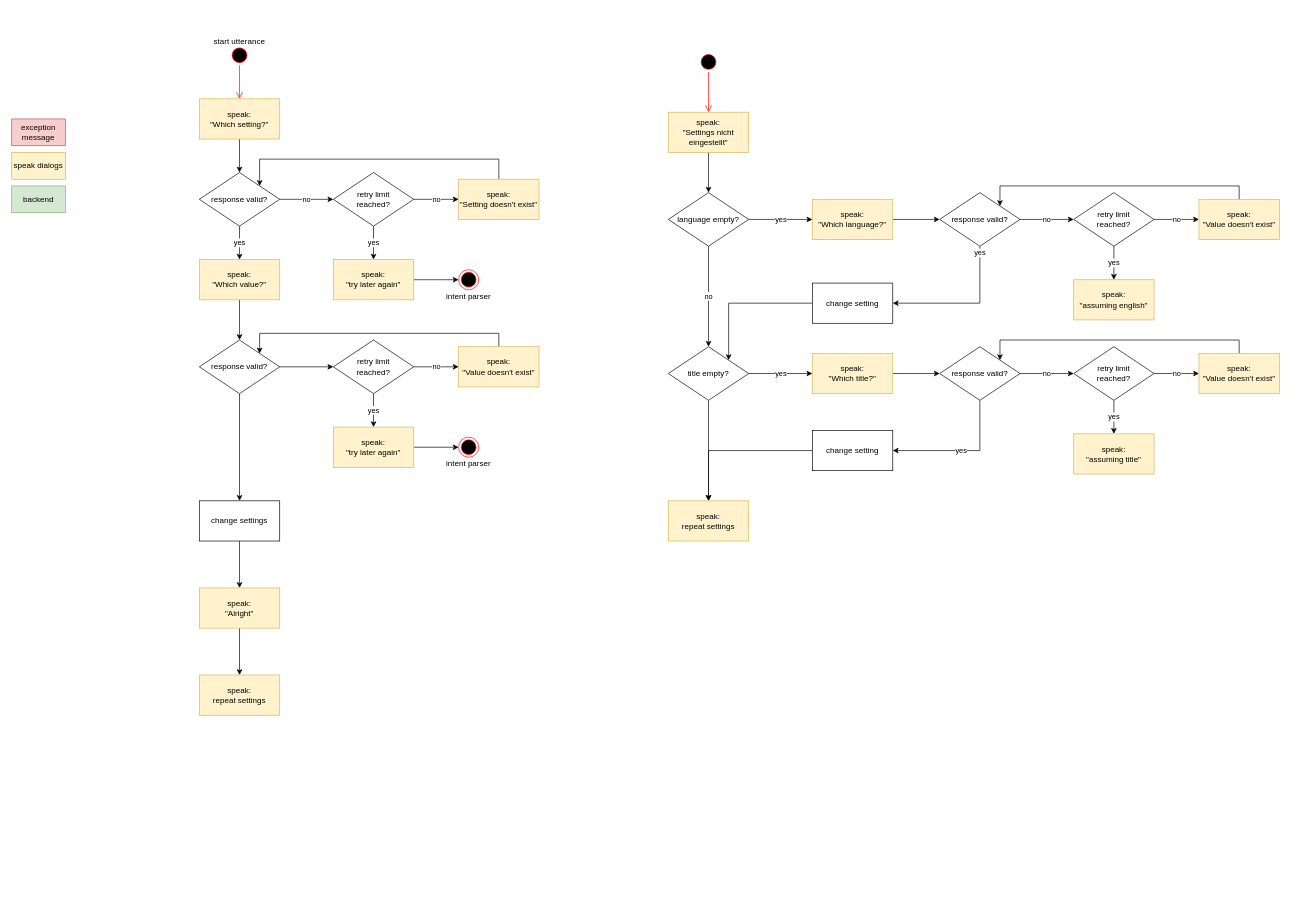
Above: doc/activityDiagram/changeSettings.drawio in Linyeir/spellcastmanager-skill (draw.io), before the change. Source tidied: cells renumbered, new cells numbered last; positions are measured from the earlier drawing's top-left corner, leaving out a move shared by most shapes. Both pictures are drawn from the tidied source at 67%, with x=0, y=0 at pixel (11, 31).
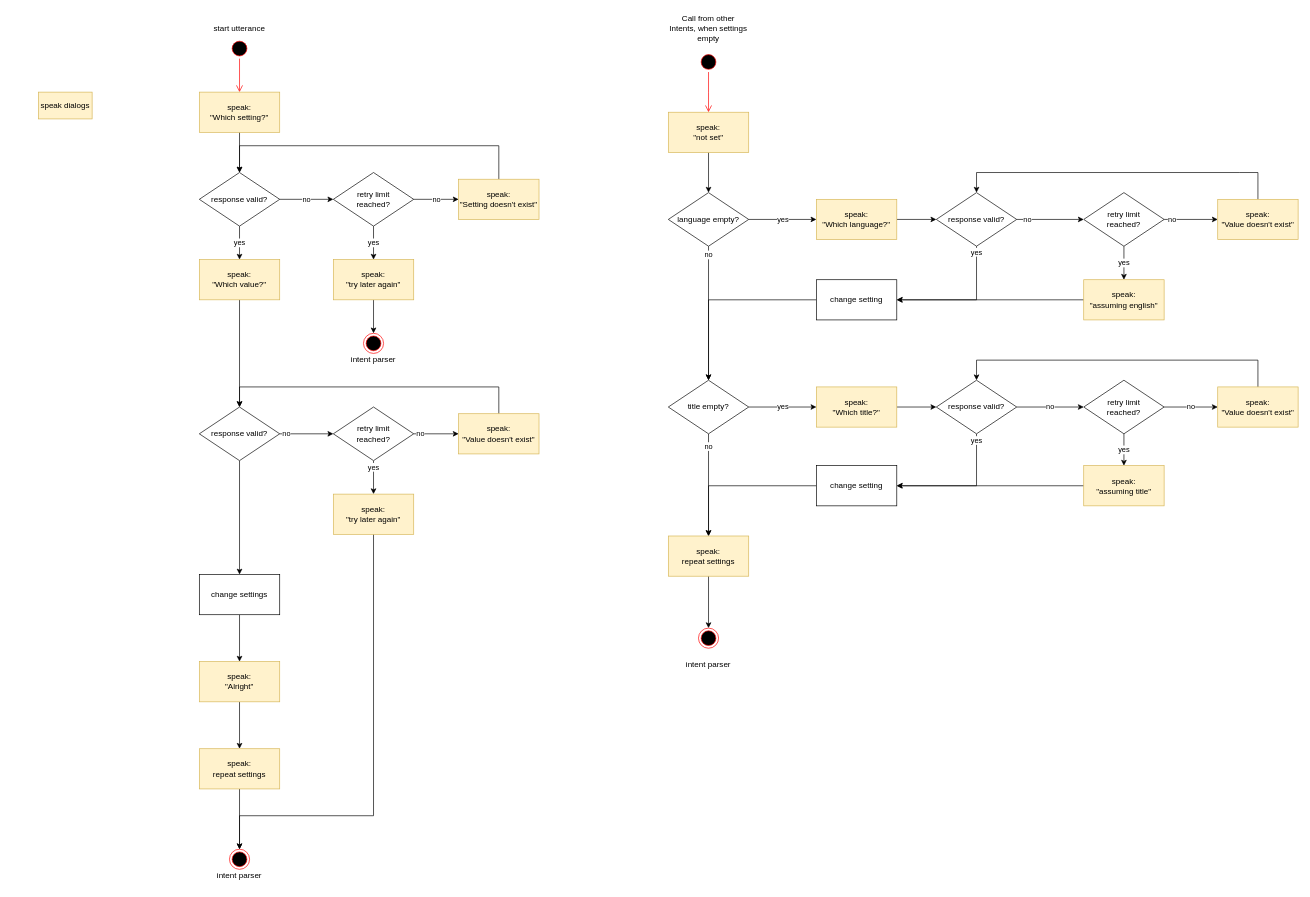
Above is the later version.

The change refers to these unchanged cells:
```xml
<mxCell id="14" value="response valid?" style="rhombus;whiteSpace=wrap;html=1;" parent="1" vertex="1">
  <mxGeometry x="280" y="210" width="120" height="80" as="geometry" />
</mxCell>
<mxCell id="19" value="speak:&lt;br&gt;&quot;Setting doesn't exist&quot;" style="rounded=0;whiteSpace=wrap;html=1;fillColor=#fff2cc;strokeColor=#d6b656;" parent="1" vertex="1">
  <mxGeometry x="667" y="220" width="120" height="60" as="geometry" />
</mxCell>
<mxCell id="21" value="speak:&lt;br&gt;&quot;try later again&quot;" style="rounded=0;whiteSpace=wrap;html=1;fillColor=#fff2cc;strokeColor=#d6b656;" parent="1" vertex="1">
  <mxGeometry x="480" y="340" width="120" height="60" as="geometry" />
</mxCell>
<mxCell id="47" value="language empty?" style="rhombus;whiteSpace=wrap;html=1;" parent="1" vertex="1">
  <mxGeometry x="980" y="240" width="120" height="80" as="geometry" />
</mxCell>
```

The edit, as a diff of the source:
```diff
@@
-    <mxCell id="2" value="exception message" style="rounded=0;whiteSpace=wrap;html=1;fillColor=#f8cecc;strokeColor=#b85450;" parent="1" vertex="1">
-      <mxGeometry y="130" width="80" height="40" as="geometry" />
-    </mxCell>
-    <mxCell id="3" value="backend" style="rounded=0;whiteSpace=wrap;html=1;fillColor=#d5e8d4;strokeColor=#82b366;" parent="1" vertex="1">
-      <mxGeometry y="230" width="80" height="40" as="geometry" />
-    </mxCell>
     <mxCell id="4" value="speak dialogs" style="rounded=0;whiteSpace=wrap;html=1;fillColor=#fff2cc;strokeColor=#d6b656;" parent="1" vertex="1">
-      <mxGeometry y="180" width="80" height="40" as="geometry" />
+      <mxGeometry x="40" y="90" width="80" height="40" as="geometry" />
     </mxCell>
     <mxCell id="5" style="ellipse;html=1;shape=startState;fillColor=#000000;strokeColor=#ff0000;" parent="1" vertex="1">
-      <mxGeometry x="325" y="20" width="30" height="30" as="geometry" />
+      <mxGeometry x="325" y="10" width="30" height="30" as="geometry" />
     </mxCell>
@@
     <mxCell id="7" value="start utterance" style="text;html=1;strokeColor=none;fillColor=none;align=center;verticalAlign=middle;whiteSpace=wrap;rounded=0;" parent="1" vertex="1">
-      <mxGeometry x="280" width="120" height="30" as="geometry" />
+      <mxGeometry x="280" y="-20" width="120" height="30" as="geometry" />
     </mxCell>
     <mxCell id="8" style="ellipse;html=1;shape=endState;fillColor=#000000;strokeColor=#ff0000;" parent="1" vertex="1">
-      <mxGeometry x="667" y="355" width="30" height="30" as="geometry" />
+      <mxGeometry x="525" y="450" width="30" height="30" as="geometry" />
     </mxCell>
     <mxCell id="9" value="intent parser" style="text;html=1;strokeColor=none;fillColor=none;align=center;verticalAlign=middle;whiteSpace=wrap;rounded=0;" parent="1" vertex="1">
-      <mxGeometry x="622" y="380" width="120" height="30" as="geometry" />
+      <mxGeometry x="480" y="475" width="120" height="30" as="geometry" />
     </mxCell>
@@
     <mxCell id="11" value="speak:&lt;br&gt;&quot;Which setting?&quot;" style="rounded=0;whiteSpace=wrap;html=1;fillColor=#fff2cc;strokeColor=#d6b656;" parent="1" vertex="1">
-      <mxGeometry x="280" y="100" width="120" height="60" as="geometry" />
+      <mxGeometry x="280" y="90" width="120" height="60" as="geometry" />
     </mxCell>
@@
-    <mxCell id="18" style="edgeStyle=orthogonalEdgeStyle;rounded=0;jettySize=auto;html=1;exitX=0.5;exitY=0;exitDx=0;exitDy=0;entryX=1;entryY=0;entryDx=0;entryDy=0;" parent="1" edge="1" source="19" target="14">
+    <mxCell id="18" style="edgeStyle=orthogonalEdgeStyle;rounded=0;jettySize=auto;html=1;exitX=0.5;exitY=0;exitDx=0;exitDy=0;entryX=0.5;entryY=0;entryDx=0;entryDy=0;" parent="1" edge="1" source="19" target="14">
       <mxGeometry relative="1" as="geometry">
         <Array as="points">
-          <mxPoint x="727" y="190" />
-          <mxPoint x="370" y="190" />
+          <mxPoint x="727" y="170" />
+          <mxPoint x="340" y="170" />
         </Array>
       </mxGeometry>
     </mxCell>
@@
-    <mxCell id="20" style="edgeStyle=orthogonalEdgeStyle;rounded=0;jettySize=auto;html=1;exitX=1;exitY=0.5;exitDx=0;exitDy=0;entryX=0;entryY=0.5;entryDx=0;entryDy=0;" parent="1" edge="1" source="21" target="8">
+    <mxCell id="20" style="edgeStyle=orthogonalEdgeStyle;rounded=0;jettySize=auto;html=1;exitX=0.5;exitY=1;exitDx=0;exitDy=0;entryX=0.5;entryY=0;entryDx=0;entryDy=0;" parent="1" edge="1" source="21" target="8">
       <mxGeometry relative="1" as="geometry" />
     </mxCell>
@@
-    <mxCell id="24" style="edgeStyle=orthogonalEdgeStyle;rounded=0;jettySize=auto;html=1;" parent="1" edge="1" source="26" target="31">
-      <mxGeometry relative="1" as="geometry" />
+    <mxCell id="24" value="no" style="edgeStyle=orthogonalEdgeStyle;rounded=0;jettySize=auto;html=1;" parent="1" edge="1" source="26" target="31">
+      <mxGeometry x="-0.75" relative="1" as="geometry" />
     </mxCell>
@@
     <mxCell id="26" value="response valid?" style="rhombus;whiteSpace=wrap;html=1;" parent="1" vertex="1">
-      <mxGeometry x="280" y="460" width="120" height="80" as="geometry" />
+      <mxGeometry x="280" y="560" width="120" height="80" as="geometry" />
     </mxCell>
     <mxCell id="27" style="ellipse;html=1;shape=endState;fillColor=#000000;strokeColor=#ff0000;" parent="1" vertex="1">
-      <mxGeometry x="667" y="605" width="30" height="30" as="geometry" />
+      <mxGeometry x="325" y="1220" width="30" height="30" as="geometry" />
     </mxCell>
     <mxCell id="28" value="intent parser" style="text;html=1;strokeColor=none;fillColor=none;align=center;verticalAlign=middle;whiteSpace=wrap;rounded=0;" parent="1" vertex="1">
-      <mxGeometry x="622" y="630" width="120" height="30" as="geometry" />
+      <mxGeometry x="280" y="1245" width="120" height="30" as="geometry" />
     </mxCell>
     <mxCell id="29" value="no" style="edgeStyle=orthogonalEdgeStyle;rounded=0;jettySize=auto;html=1;" parent="1" edge="1" source="31" target="33">
-      <mxGeometry relative="1" as="geometry" />
+      <mxGeometry x="-0.7" relative="1" as="geometry" />
     </mxCell>
     <mxCell id="30" value="yes" style="edgeStyle=orthogonalEdgeStyle;rounded=0;jettySize=auto;html=1;" parent="1" edge="1" source="31" target="35">
-      <mxGeometry relative="1" as="geometry" />
+      <mxGeometry x="-0.6" relative="1" as="geometry" />
     </mxCell>
     <mxCell id="31" value="retry limit &lt;br&gt;reached?" style="rhombus;whiteSpace=wrap;html=1;" parent="1" vertex="1">
-      <mxGeometry x="480" y="460" width="120" height="80" as="geometry" />
+      <mxGeometry x="480" y="560" width="120" height="80" as="geometry" />
     </mxCell>
-    <mxCell id="32" style="edgeStyle=orthogonalEdgeStyle;rounded=0;jettySize=auto;html=1;exitX=0.5;exitY=0;exitDx=0;exitDy=0;entryX=1;entryY=0;entryDx=0;entryDy=0;" parent="1" edge="1" source="33" target="26">
+    <mxCell id="32" style="edgeStyle=orthogonalEdgeStyle;rounded=0;jettySize=auto;html=1;exitX=0.5;exitY=0;exitDx=0;exitDy=0;entryX=0.5;entryY=0;entryDx=0;entryDy=0;" parent="1" edge="1" source="33" target="26">
       <mxGeometry relative="1" as="geometry">
         <Array as="points">
-          <mxPoint x="727" y="450" />
-          <mxPoint x="370" y="450" />
+          <mxPoint x="727" y="530" />
+          <mxPoint x="340" y="530" />
         </Array>
       </mxGeometry>
     </mxCell>
     <mxCell id="33" value="speak:&lt;br&gt;&quot;Value doesn't exist&quot;" style="rounded=0;whiteSpace=wrap;html=1;fillColor=#fff2cc;strokeColor=#d6b656;" parent="1" vertex="1">
-      <mxGeometry x="667" y="470" width="120" height="60" as="geometry" />
+      <mxGeometry x="667" y="570" width="120" height="60" as="geometry" />
     </mxCell>
-    <mxCell id="34" style="edgeStyle=orthogonalEdgeStyle;rounded=0;jettySize=auto;html=1;exitX=1;exitY=0.5;exitDx=0;exitDy=0;entryX=0;entryY=0.5;entryDx=0;entryDy=0;" parent="1" edge="1" source="35" target="27">
-      <mxGeometry relative="1" as="geometry" />
+    <mxCell id="34" style="edgeStyle=orthogonalEdgeStyle;rounded=0;jettySize=auto;html=1;exitX=0.5;exitY=1;exitDx=0;exitDy=0;entryX=0.5;entryY=0;entryDx=0;entryDy=0;" parent="1" edge="1" source="35" target="27">
+      <mxGeometry relative="1" as="geometry">
+        <Array as="points">
+          <mxPoint x="540" y="1170" />
+          <mxPoint x="340" y="1170" />
+        </Array>
+      </mxGeometry>
     </mxCell>
     <mxCell id="35" value="speak:&lt;br&gt;&quot;try later again&quot;" style="rounded=0;whiteSpace=wrap;html=1;fillColor=#fff2cc;strokeColor=#d6b656;" parent="1" vertex="1">
-      <mxGeometry x="480" y="590" width="120" height="60" as="geometry" />
+      <mxGeometry x="480" y="690" width="120" height="60" as="geometry" />
     </mxCell>
@@
     <mxCell id="37" value="change settings" style="rounded=0;whiteSpace=wrap;html=1;" parent="1" vertex="1">
-      <mxGeometry x="280" y="700" width="120" height="60" as="geometry" />
+      <mxGeometry x="280" y="810" width="120" height="60" as="geometry" />
     </mxCell>
@@
     <mxCell id="39" value="speak:&lt;br&gt;&quot;Alright&quot;" style="rounded=0;whiteSpace=wrap;html=1;fillColor=#fff2cc;strokeColor=#d6b656;" parent="1" vertex="1">
-      <mxGeometry x="280" y="830" width="120" height="60" as="geometry" />
+      <mxGeometry x="280" y="940" width="120" height="60" as="geometry" />
     </mxCell>
+    <mxCell id="78" style="edgeStyle=orthogonalEdgeStyle;rounded=0;jettySize=auto;html=1;exitX=0.5;exitY=1;exitDx=0;exitDy=0;" parent="1" edge="1" source="40">
+      <mxGeometry relative="1" as="geometry">
+        <mxPoint x="340" y="1220" as="targetPoint" />
+      </mxGeometry>
+    </mxCell>
     <mxCell id="40" value="speak:&lt;br&gt;repeat settings" style="rounded=0;whiteSpace=wrap;html=1;fillColor=#fff2cc;strokeColor=#d6b656;" parent="1" vertex="1">
-      <mxGeometry x="280" y="960" width="120" height="60" as="geometry" />
+      <mxGeometry x="280" y="1070" width="120" height="60" as="geometry" />
     </mxCell>
@@
-    <mxCell id="44" value="speak:&lt;br&gt;&quot;Settings nicht eingestellt&quot;" style="rounded=0;whiteSpace=wrap;html=1;fillColor=#fff2cc;strokeColor=#d6b656;" parent="1" vertex="1">
+    <mxCell id="44" value="speak:&lt;br&gt;&quot;not set&quot;" style="rounded=0;whiteSpace=wrap;html=1;fillColor=#fff2cc;strokeColor=#d6b656;" parent="1" vertex="1">
       <mxGeometry x="980" y="120" width="120" height="60" as="geometry" />
     </mxCell>
     <mxCell id="45" value="no" style="edgeStyle=orthogonalEdgeStyle;rounded=0;jettySize=auto;html=1;" parent="1" edge="1" source="47" target="50">
-      <mxGeometry relative="1" as="geometry" />
+      <mxGeometry x="-0.87" relative="1" as="geometry" />
     </mxCell>
@@
-    <mxCell id="49" style="edgeStyle=orthogonalEdgeStyle;rounded=0;jettySize=auto;html=1;exitX=0.5;exitY=1;exitDx=0;exitDy=0;entryX=0.5;entryY=0;entryDx=0;entryDy=0;" parent="1" edge="1" source="50" target="73">
-      <mxGeometry relative="1" as="geometry" />
+    <mxCell id="49" value="no" style="edgeStyle=orthogonalEdgeStyle;rounded=0;jettySize=auto;html=1;exitX=0.5;exitY=1;exitDx=0;exitDy=0;entryX=0.5;entryY=0;entryDx=0;entryDy=0;" parent="1" edge="1" source="50" target="73">
+      <mxGeometry x="-0.77" relative="1" as="geometry">
+        <mxPoint y="1" as="offset" />
+      </mxGeometry>
     </mxCell>
     <mxCell id="50" value="title empty?" style="rhombus;whiteSpace=wrap;html=1;" parent="1" vertex="1">
-      <mxGeometry x="980" y="470" width="120" height="80" as="geometry" />
+      <mxGeometry x="980" y="520" width="120" height="80" as="geometry" />
     </mxCell>
@@
     <mxCell id="52" value="speak:&lt;br&gt;&quot;Which language?&quot;" style="rounded=0;whiteSpace=wrap;html=1;fillColor=#fff2cc;strokeColor=#d6b656;" parent="1" vertex="1">
-      <mxGeometry x="1195" y="250" width="120" height="60" as="geometry" />
+      <mxGeometry x="1201" y="250" width="120" height="60" as="geometry" />
     </mxCell>
     <mxCell id="53" value="no" style="edgeStyle=orthogonalEdgeStyle;rounded=0;jettySize=auto;html=1;" parent="1" edge="1" source="55" target="58">
-      <mxGeometry relative="1" as="geometry" />
+      <mxGeometry x="-0.68" relative="1" as="geometry" />
     </mxCell>
@@
     <mxCell id="55" value="response valid?" style="rhombus;whiteSpace=wrap;html=1;" parent="1" vertex="1">
-      <mxGeometry x="1385" y="240" width="120" height="80" as="geometry" />
+      <mxGeometry x="1380" y="240" width="120" height="80" as="geometry" />
     </mxCell>
     <mxCell id="56" value="no" style="edgeStyle=orthogonalEdgeStyle;rounded=0;jettySize=auto;html=1;" parent="1" edge="1" source="58" target="60">
-      <mxGeometry relative="1" as="geometry" />
+      <mxGeometry x="-0.7" relative="1" as="geometry" />
     </mxCell>
@@
     <mxCell id="58" value="retry limit &lt;br&gt;reached?" style="rhombus;whiteSpace=wrap;html=1;" parent="1" vertex="1">
-      <mxGeometry x="1585" y="240" width="120" height="80" as="geometry" />
+      <mxGeometry x="1600" y="240" width="120" height="80" as="geometry" />
     </mxCell>
-    <mxCell id="59" style="edgeStyle=orthogonalEdgeStyle;rounded=0;jettySize=auto;html=1;exitX=0.5;exitY=0;exitDx=0;exitDy=0;entryX=1;entryY=0;entryDx=0;entryDy=0;" parent="1" edge="1" source="60" target="55">
+    <mxCell id="59" style="edgeStyle=orthogonalEdgeStyle;rounded=0;jettySize=auto;html=1;exitX=0.5;exitY=0;exitDx=0;exitDy=0;entryX=0.5;entryY=0;entryDx=0;entryDy=0;" parent="1" edge="1" source="60" target="55">
       <mxGeometry relative="1" as="geometry">
         <Array as="points">
-          <mxPoint x="1832" y="230" />
-          <mxPoint x="1475" y="230" />
+          <mxPoint x="1832" y="210" />
+          <mxPoint x="1445" y="210" />
         </Array>
       </mxGeometry>
     </mxCell>
     <mxCell id="60" value="speak:&lt;br&gt;&quot;Value doesn't exist&quot;" style="rounded=0;whiteSpace=wrap;html=1;fillColor=#fff2cc;strokeColor=#d6b656;" parent="1" vertex="1">
-      <mxGeometry x="1772" y="250" width="120" height="60" as="geometry" />
+      <mxGeometry x="1800" y="250" width="120" height="60" as="geometry" />
     </mxCell>
+    <mxCell id="79" style="edgeStyle=orthogonalEdgeStyle;rounded=0;jettySize=auto;html=1;exitX=0;exitY=0.5;exitDx=0;exitDy=0;entryX=1;entryY=0.5;entryDx=0;entryDy=0;" parent="1" edge="1" source="61" target="75">
+      <mxGeometry relative="1" as="geometry" />
+    </mxCell>
     <mxCell id="61" value="speak:&lt;br&gt;&quot;assuming english&quot;" style="rounded=0;whiteSpace=wrap;html=1;fillColor=#fff2cc;strokeColor=#d6b656;" parent="1" vertex="1">
-      <mxGeometry x="1585" y="370" width="120" height="60" as="geometry" />
+      <mxGeometry x="1600" y="370" width="120" height="60" as="geometry" />
     </mxCell>
@@
     <mxCell id="63" value="speak:&lt;br&gt;&quot;Which title?&quot;" style="rounded=0;whiteSpace=wrap;html=1;fillColor=#fff2cc;strokeColor=#d6b656;" parent="1" vertex="1">
-      <mxGeometry x="1195" y="480" width="120" height="60" as="geometry" />
+      <mxGeometry x="1201" y="530" width="120" height="60" as="geometry" />
     </mxCell>
@@
     <mxCell id="65" value="yes" style="edgeStyle=orthogonalEdgeStyle;rounded=0;jettySize=auto;html=1;exitX=0.5;exitY=1;exitDx=0;exitDy=0;entryX=1;entryY=0.5;entryDx=0;entryDy=0;" parent="1" edge="1" source="66" target="77">
-      <mxGeometry relative="1" as="geometry" />
+      <mxGeometry x="-0.9" relative="1" as="geometry" />
     </mxCell>
     <mxCell id="66" value="response valid?" style="rhombus;whiteSpace=wrap;html=1;" parent="1" vertex="1">
-      <mxGeometry x="1385" y="470" width="120" height="80" as="geometry" />
+      <mxGeometry x="1380" y="520" width="120" height="80" as="geometry" />
     </mxCell>
@@
     <mxCell id="69" value="retry limit &lt;br&gt;reached?" style="rhombus;whiteSpace=wrap;html=1;" parent="1" vertex="1">
-      <mxGeometry x="1585" y="470" width="120" height="80" as="geometry" />
+      <mxGeometry x="1600" y="520" width="120" height="80" as="geometry" />
     </mxCell>
-    <mxCell id="70" style="edgeStyle=orthogonalEdgeStyle;rounded=0;jettySize=auto;html=1;exitX=0.5;exitY=0;exitDx=0;exitDy=0;entryX=1;entryY=0;entryDx=0;entryDy=0;" parent="1" edge="1" source="71" target="66">
+    <mxCell id="70" style="edgeStyle=orthogonalEdgeStyle;rounded=0;jettySize=auto;html=1;exitX=0.5;exitY=0;exitDx=0;exitDy=0;entryX=0.5;entryY=0;entryDx=0;entryDy=0;" parent="1" edge="1" source="71" target="66">
       <mxGeometry relative="1" as="geometry">
         <Array as="points">
-          <mxPoint x="1832" y="460" />
-          <mxPoint x="1475" y="460" />
+          <mxPoint x="1860" y="490" />
+          <mxPoint x="1440" y="490" />
         </Array>
       </mxGeometry>
     </mxCell>
     <mxCell id="71" value="speak:&lt;br&gt;&quot;Value doesn't exist&quot;" style="rounded=0;whiteSpace=wrap;html=1;fillColor=#fff2cc;strokeColor=#d6b656;" parent="1" vertex="1">
-      <mxGeometry x="1772" y="480" width="120" height="60" as="geometry" />
+      <mxGeometry x="1800" y="530" width="120" height="60" as="geometry" />
     </mxCell>
+    <mxCell id="80" style="edgeStyle=orthogonalEdgeStyle;rounded=0;jettySize=auto;html=1;exitX=0;exitY=0.5;exitDx=0;exitDy=0;entryX=1;entryY=0.5;entryDx=0;entryDy=0;" parent="1" edge="1" source="72" target="77">
+      <mxGeometry relative="1" as="geometry" />
+    </mxCell>
     <mxCell id="72" value="speak:&lt;br&gt;&quot;assuming title&quot;" style="rounded=0;whiteSpace=wrap;html=1;fillColor=#fff2cc;strokeColor=#d6b656;" parent="1" vertex="1">
-      <mxGeometry x="1585" y="600" width="120" height="60" as="geometry" />
+      <mxGeometry x="1600" y="647.5" width="120" height="60" as="geometry" />
     </mxCell>
+    <mxCell id="81" style="edgeStyle=orthogonalEdgeStyle;rounded=0;jettySize=auto;html=1;exitX=0.5;exitY=1;exitDx=0;exitDy=0;entryX=0.5;entryY=0;entryDx=0;entryDy=0;" parent="1" edge="1" source="73" target="83">
+      <mxGeometry relative="1" as="geometry" />
+    </mxCell>
     <mxCell id="73" value="speak:&lt;br&gt;repeat settings" style="rounded=0;whiteSpace=wrap;html=1;fillColor=#fff2cc;strokeColor=#d6b656;" parent="1" vertex="1">
-      <mxGeometry x="980" y="700" width="120" height="60" as="geometry" />
+      <mxGeometry x="980" y="752.5" width="120" height="60" as="geometry" />
     </mxCell>
-    <mxCell id="74" style="edgeStyle=orthogonalEdgeStyle;rounded=0;jettySize=auto;html=1;exitX=0;exitY=0.5;exitDx=0;exitDy=0;entryX=1;entryY=0;entryDx=0;entryDy=0;" parent="1" edge="1" source="75" target="50">
-      <mxGeometry relative="1" as="geometry" />
+    <mxCell id="74" style="edgeStyle=orthogonalEdgeStyle;rounded=0;jettySize=auto;html=1;exitX=0;exitY=0.5;exitDx=0;exitDy=0;entryX=0.5;entryY=0;entryDx=0;entryDy=0;" parent="1" edge="1" source="75" target="50">
+      <mxGeometry relative="1" as="geometry">
+        <Array as="points">
+          <mxPoint x="1040" y="400" />
+        </Array>
+      </mxGeometry>
     </mxCell>
     <mxCell id="75" value="change setting" style="rounded=0;whiteSpace=wrap;html=1;" parent="1" vertex="1">
-      <mxGeometry x="1195" y="375" width="120" height="60" as="geometry" />
+      <mxGeometry x="1201" y="370" width="120" height="60" as="geometry" />
     </mxCell>
@@
     <mxCell id="77" value="change setting" style="rounded=0;whiteSpace=wrap;html=1;" parent="1" vertex="1">
-      <mxGeometry x="1195" y="595" width="120" height="60" as="geometry" />
+      <mxGeometry x="1201" y="647.5" width="120" height="60" as="geometry" />
     </mxCell>
+    <mxCell id="82" value="Call from other Intents, when settings empty" style="text;html=1;strokeColor=none;fillColor=none;align=center;verticalAlign=middle;whiteSpace=wrap;rounded=0;" parent="1" vertex="1">
+      <mxGeometry x="980" y="-30" width="120" height="50" as="geometry" />
+    </mxCell>
+    <mxCell id="83" style="ellipse;html=1;shape=endState;fillColor=#000000;strokeColor=#ff0000;" parent="1" vertex="1">
+      <mxGeometry x="1025" y="890" width="30" height="30" as="geometry" />
+    </mxCell>
+    <mxCell id="84" value="intent parser" style="text;html=1;strokeColor=none;fillColor=none;align=center;verticalAlign=middle;whiteSpace=wrap;rounded=0;" parent="1" vertex="1">
+      <mxGeometry x="980" y="930" width="120" height="30" as="geometry" />
+    </mxCell>
```
